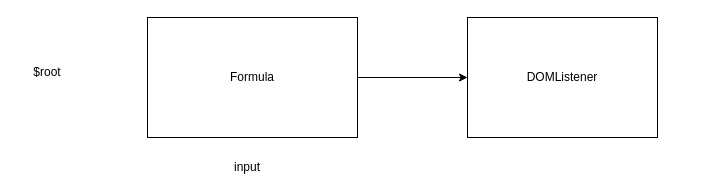
Before: Диаграмма без названия3.drawio in timofeyPython/Work, a draw.io diagram. Source tidied: cells renumbered, new cells numbered last; positions are measured from the earlier drawing's top-left corner, leaving out a move shared by most shapes. Both pictures are drawn from the tidied source at 100%, with x=0, y=0 at pixel (17, 17).
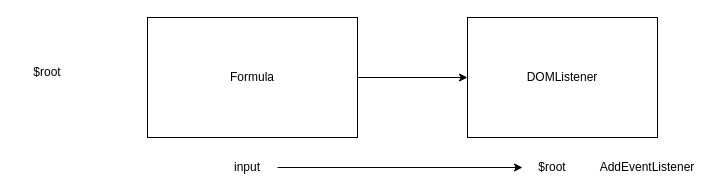
The same page after the edit.

What changed in the source:
```diff
@@
 <mxGraphModel>
   <root>
     <mxCell id="0" />
     <mxCell id="1" parent="0" />
     <mxCell id="2" style="edgeStyle=orthogonalEdgeStyle;rounded=0;jettySize=auto;html=1;" parent="1" edge="1" source="3" target="5">
       <mxGeometry relative="1" as="geometry" />
     </mxCell>
     <mxCell id="3" value="Formula" style="rounded=0;whiteSpace=wrap;html=1;" parent="1" vertex="1">
       <mxGeometry x="130" width="210" height="120" as="geometry" />
     </mxCell>
+    <mxCell id="7" style="edgeStyle=orthogonalEdgeStyle;rounded=0;jettySize=auto;html=1;entryX=0;entryY=0.5;entryDx=0;entryDy=0;" parent="1" edge="1" source="4" target="8">
+      <mxGeometry relative="1" as="geometry" />
+    </mxCell>
     <mxCell id="4" value="input" style="text;html=1;strokeColor=none;fillColor=none;align=center;verticalAlign=middle;whiteSpace=wrap;rounded=0;" parent="1" vertex="1">
       <mxGeometry x="200" y="140" width="60" height="20" as="geometry" />
     </mxCell>
     <mxCell id="5" value="DOMListener" style="rounded=0;whiteSpace=wrap;html=1;" parent="1" vertex="1">
       <mxGeometry x="450" width="190" height="120" as="geometry" />
     </mxCell>
     <mxCell id="6" value="$root" style="text;html=1;strokeColor=none;fillColor=none;align=center;verticalAlign=middle;whiteSpace=wrap;rounded=0;" parent="1" vertex="1">
       <mxGeometry y="40" width="60" height="30" as="geometry" />
     </mxCell>
+    <mxCell id="8" value="$root" style="text;html=1;strokeColor=none;fillColor=none;align=center;verticalAlign=middle;whiteSpace=wrap;rounded=0;" parent="1" vertex="1">
+      <mxGeometry x="505" y="140" width="60" height="20" as="geometry" />
+    </mxCell>
+    <mxCell id="9" value="AddEventListener" style="text;html=1;strokeColor=none;fillColor=none;align=center;verticalAlign=middle;whiteSpace=wrap;rounded=0;" parent="1" vertex="1">
+      <mxGeometry x="600" y="140" width="60" height="20" as="geometry" />
+    </mxCell>
   </root>
 </mxGraphModel>
```
